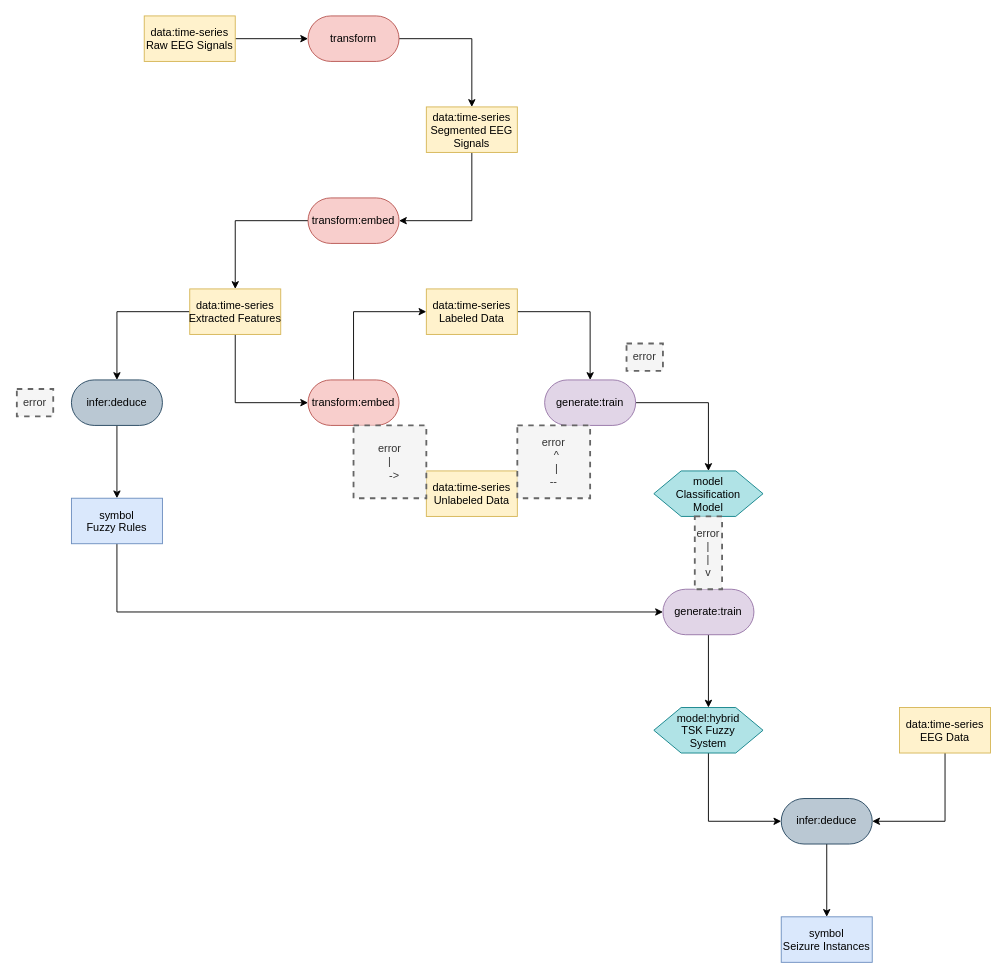
Above: medical patterns to boxologies/ML Pre-processes input data for Rule-Based inference (MLRB)/Seizure Classification From EEG Signals Using Transfer Learning, Semi-Supervised Learning and TSK Fuzzy System.drawio in zonnesmit/thesis (draw.io), before the change. Source tidied: cells renumbered, new cells numbered last; positions are measured from the earlier drawing's top-left corner, leaving out a move shared by most shapes. Both pictures are drawn from the tidied source at 91%, with x=0, y=0 at pixel (16, 15).
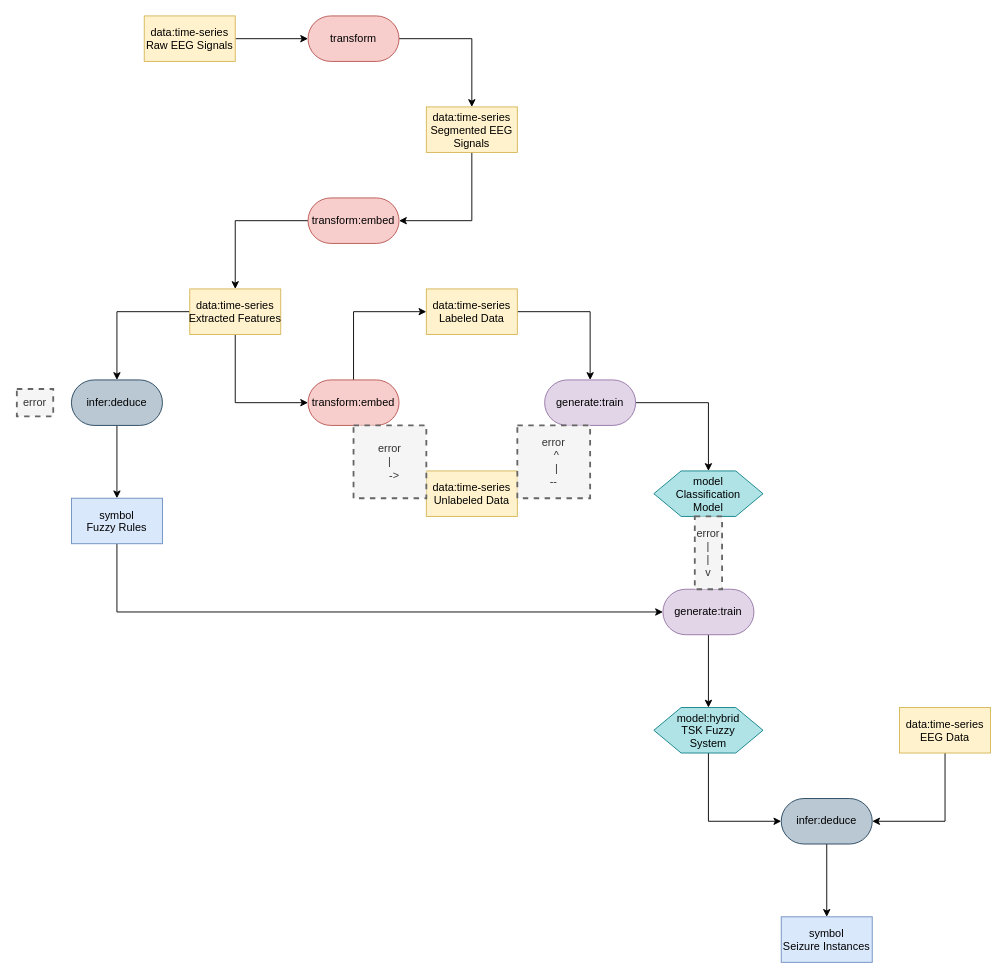
After the change.

Diff of the diagram source:
```diff
@@
-    <mxCell id="38" value="error" style="text;html=1;align=center;verticalAlign=middle;whiteSpace=wrap;rounded=0;dashed=1;fillColor=#f5f5f5;fontColor=#333333;strokeColor=#666666;strokeWidth=2;" parent="1" vertex="1">
-      <mxGeometry x="670" y="360" width="40" height="30" as="geometry" />
-    </mxCell>
```
